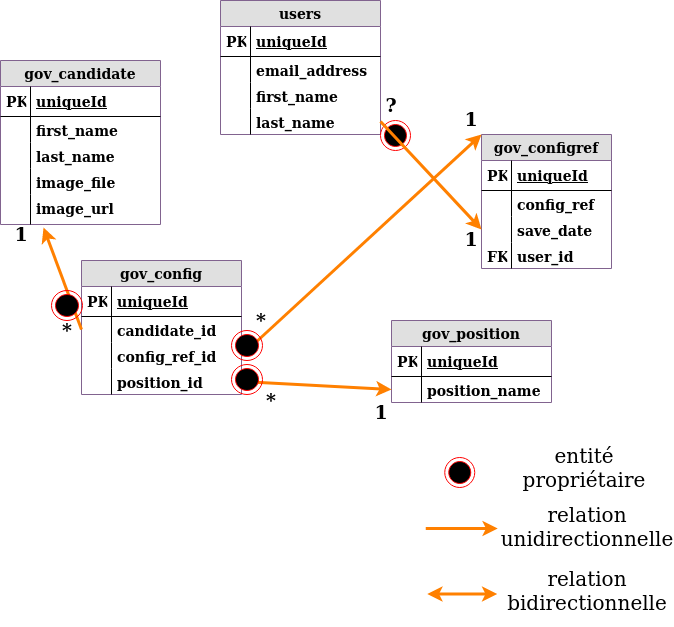
The draw.io diagram docs/images/uml.png in primairepopulaire/unionGov, before a commit. Source tidied: cells renumbered, new cells last; positions are measured from the earlier drawing's top-left corner, leaving out a move shared by most shapes.
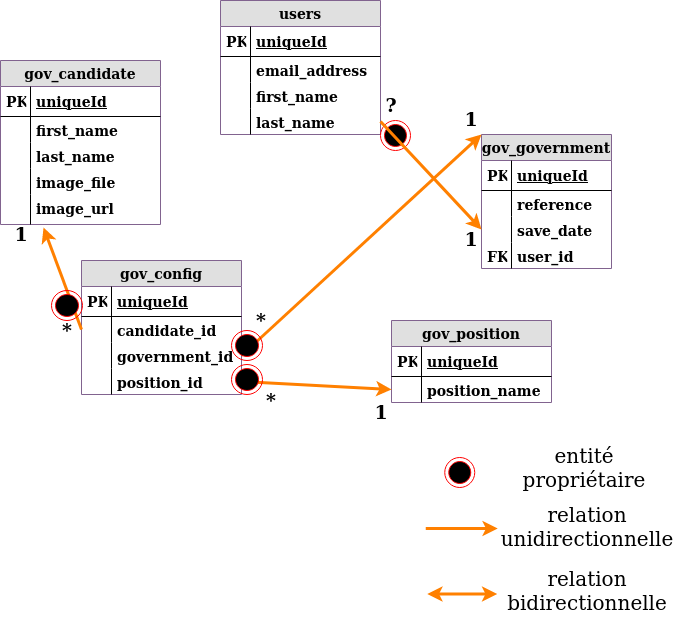
Later version of the same file.

The edit, as a diff of the source:
```diff
@@ -116,7 +116,7 @@
     <mxCell id="37" style="shape=partialRectangle;top=0;left=0;bottom=0;fillColor=none;align=left;verticalAlign=top;spacingLeft=4;spacingRight=4;overflow=hidden;fontSize=14;fontStyle=1;" parent="36" vertex="1">
       <mxGeometry width="30" height="26" as="geometry" />
     </mxCell>
-    <mxCell id="38" value="config_ref_id" style="shape=partialRectangle;top=0;left=0;right=0;bottom=0;align=left;verticalAlign=top;fillColor=none;spacingLeft=34;spacingRight=4;overflow=hidden;points=[[0,0.5],[1,0.5]];portConstraint=eastwest;fontSize=14;fontStyle=1;" parent="33" vertex="1">
+    <mxCell id="38" value="government_id" style="shape=partialRectangle;top=0;left=0;right=0;bottom=0;align=left;verticalAlign=top;fillColor=none;spacingLeft=34;spacingRight=4;overflow=hidden;points=[[0,0.5],[1,0.5]];portConstraint=eastwest;fontSize=14;fontStyle=1;" parent="33" vertex="1">
       <mxGeometry y="82" width="160" height="26" as="geometry" />
     </mxCell>
     <mxCell id="39" style="shape=partialRectangle;top=0;left=0;bottom=0;fillColor=none;align=left;verticalAlign=top;spacingLeft=4;spacingRight=4;overflow=hidden;fontSize=14;fontStyle=1;" parent="38" vertex="1">
@@ -128,7 +128,7 @@
     <mxCell id="41" style="shape=partialRectangle;top=0;left=0;bottom=0;fillColor=none;align=left;verticalAlign=top;spacingLeft=4;spacingRight=4;overflow=hidden;fontSize=14;fontStyle=1;" parent="40" vertex="1">
       <mxGeometry width="30" height="26" as="geometry" />
     </mxCell>
-    <mxCell id="42" value="gov_configref" style="swimlane;fontStyle=1;horizontal=1;startSize=26;fillColor=#e0e0e0;swimlaneFillColor=#ffffff;align=center;fontSize=14;strokeColor=#81638F;" parent="1" vertex="1">
+    <mxCell id="42" value="gov_government" style="swimlane;fontStyle=1;horizontal=1;startSize=26;fillColor=#e0e0e0;swimlaneFillColor=#ffffff;align=center;fontSize=14;strokeColor=#81638F;" parent="1" vertex="1">
       <mxGeometry x="481" y="134" width="130" height="134" as="geometry" />
     </mxCell>
     <mxCell id="43" value="uniqueId" style="shape=partialRectangle;top=0;left=0;right=0;bottom=1;align=left;verticalAlign=middle;fillColor=none;spacingLeft=34;spacingRight=4;overflow=hidden;fontStyle=5;fontSize=14;" parent="42" vertex="1">
@@ -137,7 +137,7 @@
     <mxCell id="44" value="PK" style="shape=partialRectangle;top=0;left=0;bottom=0;fillColor=none;align=left;verticalAlign=middle;spacingLeft=4;spacingRight=4;overflow=hidden;fontSize=14;fontStyle=1;" parent="43" vertex="1">
       <mxGeometry width="30" height="30" as="geometry" />
     </mxCell>
-    <mxCell id="45" value="config_ref" style="shape=partialRectangle;top=0;left=0;right=0;bottom=0;align=left;verticalAlign=top;fillColor=none;spacingLeft=34;spacingRight=4;overflow=hidden;fontSize=14;fontStyle=1;" parent="42" vertex="1">
+    <mxCell id="45" value="reference" style="shape=partialRectangle;top=0;left=0;right=0;bottom=0;align=left;verticalAlign=top;fillColor=none;spacingLeft=34;spacingRight=4;overflow=hidden;fontSize=14;fontStyle=1;" parent="42" vertex="1">
       <mxGeometry y="56" width="130" height="26" as="geometry" />
     </mxCell>
     <mxCell id="46" style="shape=partialRectangle;top=0;left=0;bottom=0;fillColor=none;align=left;verticalAlign=top;spacingLeft=4;spacingRight=4;overflow=hidden;fontSize=14;fontStyle=1;" parent="45" vertex="1">
```
